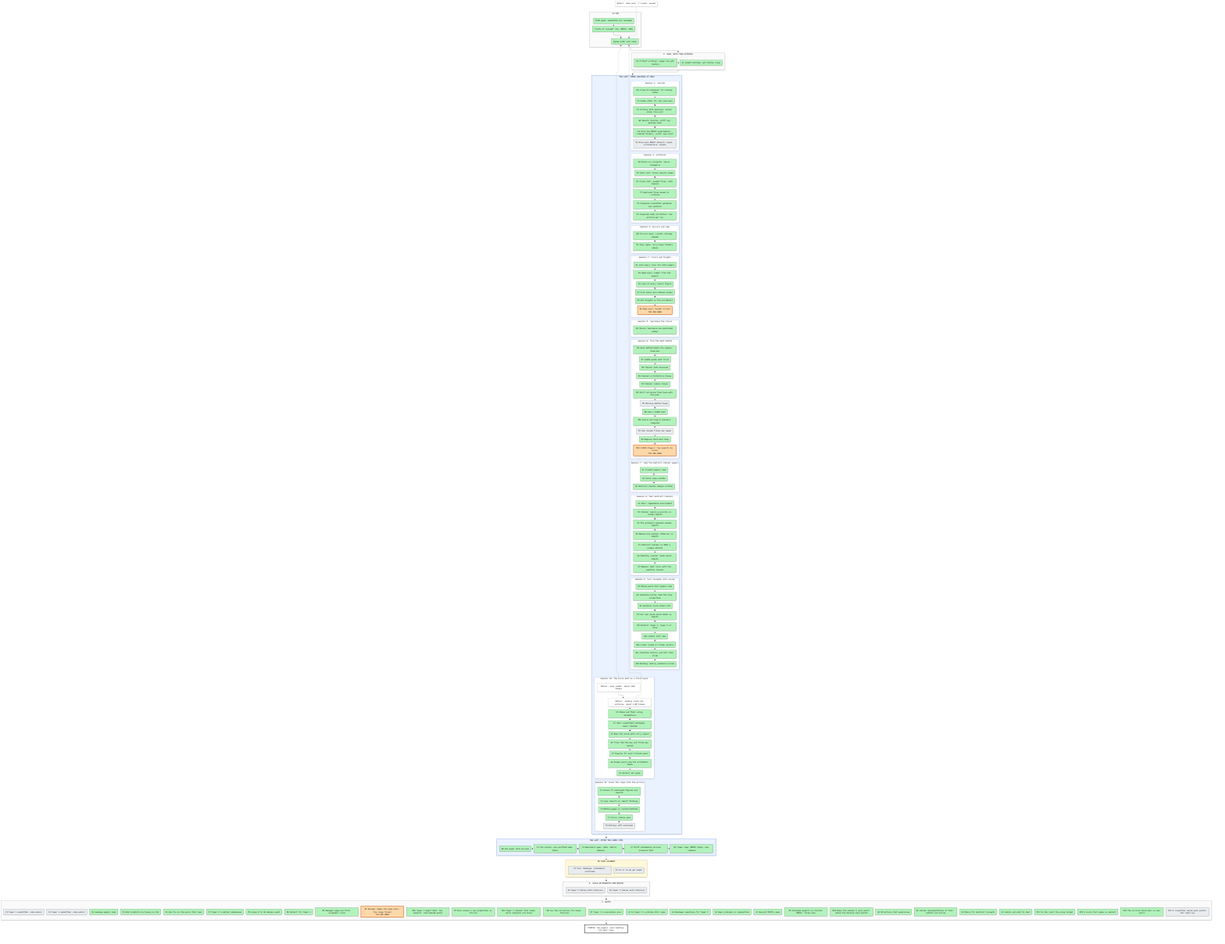
Above: artifacts/notes/progress/map.png in mo-rsa24/concept-composition (Mermaid), before the change. Its source is kept beside it as artifacts/notes/progress/map.mmd.
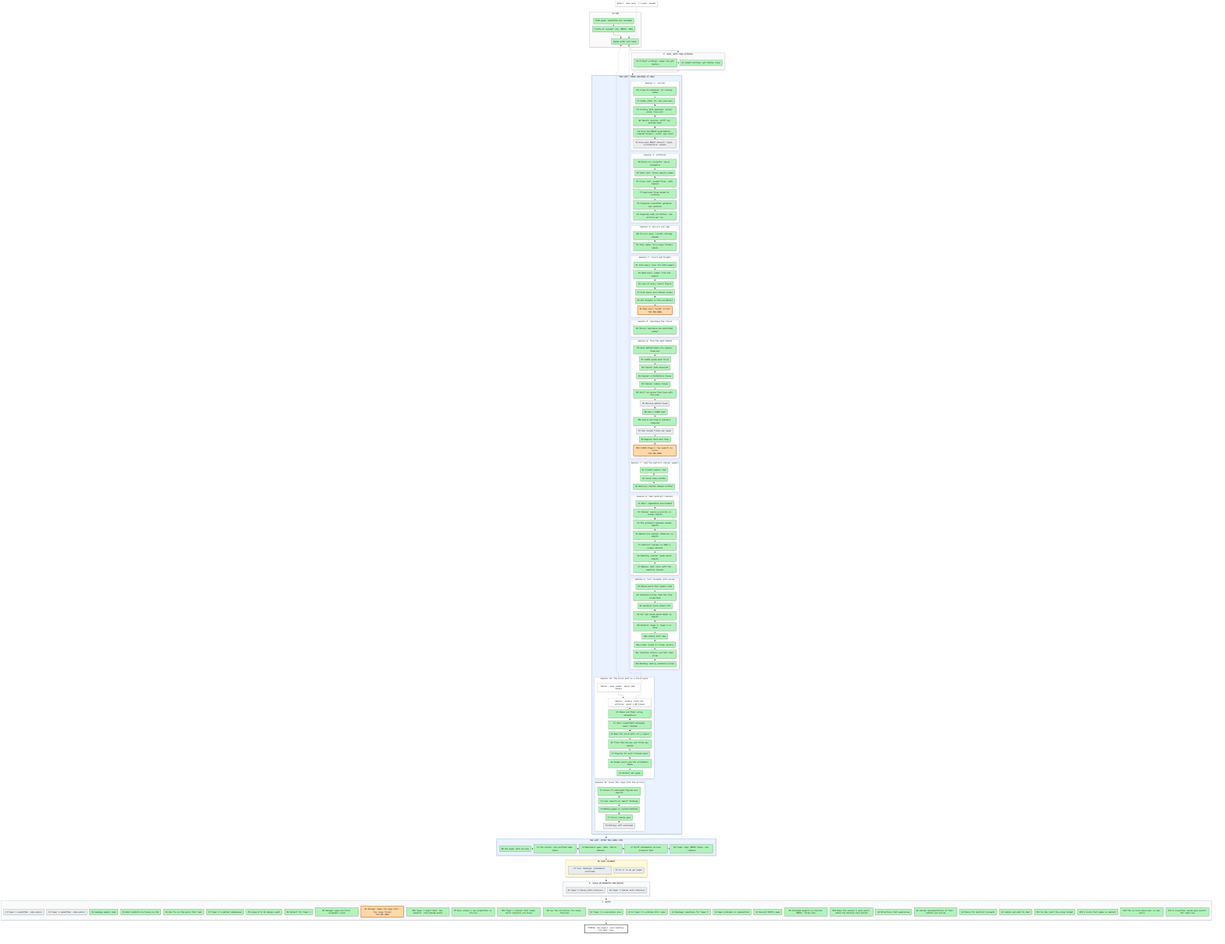
The same file after the commit.

Diff of the diagram source:
```diff
@@ -74,7 +74,7 @@
   end
   subgraph SF["F. WRITE"]
     direction LR
-    F1["F1 Paper 1 submitted, code public"]:::todo ~~~ F2["F2 Paper 2 submitted, code public"]:::todo ~~~ Z1["Z1 Leakage papers read"]:::done ~~~ Z2["Z2 What predicts borrowing on CO3"]:::done ~~~ Z3["Z3 One fix on the pairs that leak"]:::done ~~~ Z4["Z4 Paper 2's method redesigned"]:::done ~~~ Z5["Z5 Loops 8 to 10 design audit"]:::done ~~~ Z6["Z6 Verdict for Paper 2"]:::done ~~~ N1["N1 Manager page and first alignment round"]:::done ~~~ N2["N2 Manager keeps the page until the loops finish<br/>YOU ARE HERE"]:::doing ~~~ M11["M11 Paper 1 digit test: the experts' vote beside paste"]:::done ~~~ Z7["Z7 Each animal's own prediction in its box"]:::done ~~~ M12["M12 Paper 2 checker that reads which subjects are drawn"]:::done ~~~ Z8["Z8 Can the correction fix known failures"]:::done ~~~ K7["K7 Paper 1's evaluation plan"]:::done ~~~ G1["G1 Is Paper 2's problem still open"]:::done ~~~ G2["G2 Reviewer questions for Paper 1"]:::done ~~~ G3["G3 Open problems in composition"]:::done ~~~ G4["G4 Exploit DCFM's gaps"]:::done ~~~ Z9["Z9 Finished experts on Colored MNIST, three arms"]:::done ~~~ M13["M13 Does the checker's push point where the missing term points"]:::done ~~~ H1["H1 Directions that generalise"]:::done ~~~ H2["H2 Shared representations of text, latents and scores"]:::done ~~~ H3["H3 Dials for abstract concepts"]:::done ~~~ H4["H4 Limits and what to test"]:::done ~~~ M14["M14 Is the joint the wrong target"]:::done ~~~ M15["M15 A score that names no subject"]:::done ~~~ Z10["Z10 The co-occurrence dial on new pairs"]:::done ~~~ Z11["Z11 A classifier whose push points the right way"]:::todo
+    F1["F1 Paper 1 submitted, code public"]:::todo ~~~ F2["F2 Paper 2 submitted, code public"]:::todo ~~~ Z1["Z1 Leakage papers read"]:::done ~~~ Z2["Z2 What predicts borrowing on CO3"]:::done ~~~ Z3["Z3 One fix on the pairs that leak"]:::done ~~~ Z4["Z4 Paper 2's method redesigned"]:::done ~~~ Z5["Z5 Loops 8 to 10 design audit"]:::done ~~~ Z6["Z6 Verdict for Paper 2"]:::done ~~~ N1["N1 Manager page and first alignment round"]:::done ~~~ N2["N2 Manager keeps the page until the loops finish<br/>YOU ARE HERE"]:::doing ~~~ M11["M11 Paper 1 digit test: the experts' vote beside paste"]:::done ~~~ Z7["Z7 Each animal's own prediction in its box"]:::done ~~~ M12["M12 Paper 2 checker that reads which subjects are drawn"]:::done ~~~ Z8["Z8 Can the correction fix known failures"]:::done ~~~ K7["K7 Paper 1's evaluation plan"]:::done ~~~ G1["G1 Is Paper 2's problem still open"]:::done ~~~ G2["G2 Reviewer questions for Paper 1"]:::done ~~~ G3["G3 Open problems in composition"]:::done ~~~ G4["G4 Exploit DCFM's gaps"]:::done ~~~ Z9["Z9 Finished experts on Colored MNIST, three arms"]:::done ~~~ M13["M13 Does the checker's push point where the missing term points"]:::done ~~~ H1["H1 Directions that generalise"]:::done ~~~ H2["H2 Shared representations of text, latents and scores"]:::done ~~~ H3["H3 Dials for abstract concepts"]:::done ~~~ H4["H4 Limits and what to test"]:::done ~~~ M14["M14 Is the joint the wrong target"]:::done ~~~ M15["M15 A score that names no subject"]:::done ~~~ Z10["Z10 The co-occurrence dial on new pairs"]:::done ~~~ Z11["Z11 A classifier whose push points the right way"]:::done
   end
   GOAL["FINISH: two papers, each beating its best rival"]:::goal
   X0["Detour: idea walk, 7 claims, paused"]:::detour -.-> P2
```
